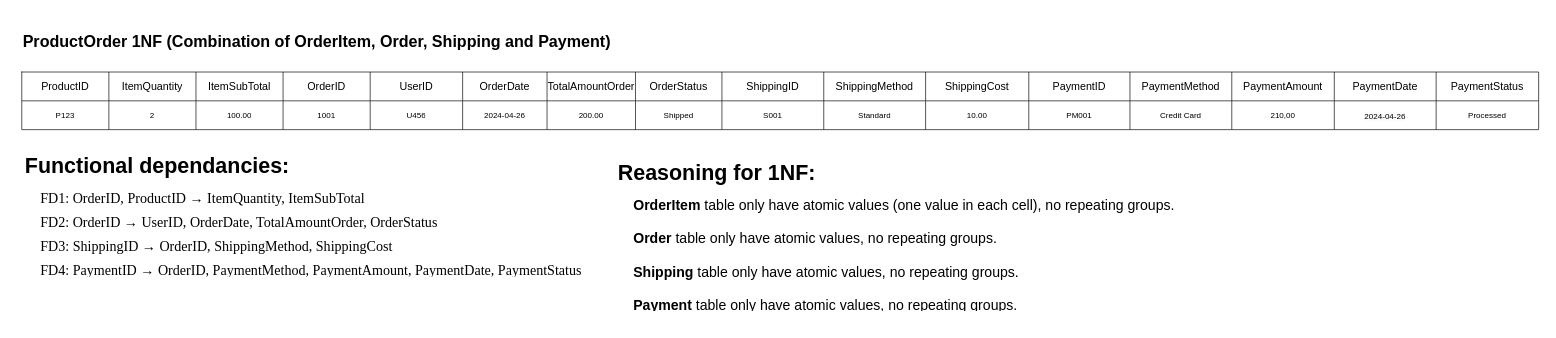
This is page "ItemOrder, Order, Payment, Shipment 1NF" (7 of 8) of database-models/ER_models.drawio from emilkle/electromart-ecom-website, a draw.io file, before an edit. Source tidied: cells renumbered, new cells numbered last; positions are measured from the earlier drawing's top-left corner, leaving out a move shared by most shapes. Both pictures are drawn from the tidied source at 67%, with x=0, y=0 at pixel (21, 11).
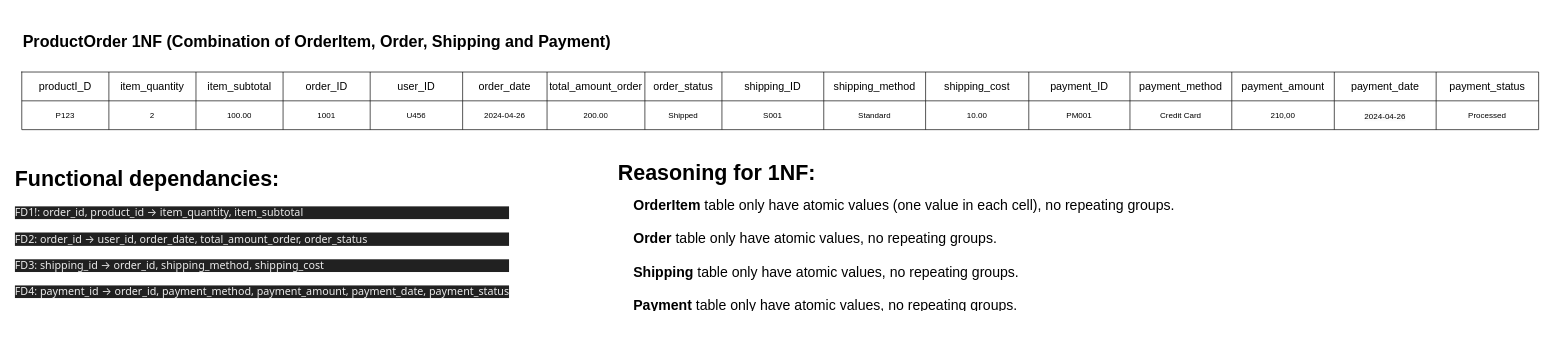
The same page after the edit.

The change refers to these unchanged cells:
```xml
<mxCell id="3" style="shape=tableRow;horizontal=0;startSize=0;swimlaneHead=0;swimlaneBody=0;top=0;left=0;bottom=0;right=0;fillColor=none;fontSize=16;" parent="2" vertex="1">
  <mxGeometry width="2264" height="43" as="geometry" />
</mxCell>
<mxCell id="20" style="shape=tableRow;horizontal=0;startSize=0;swimlaneHead=0;swimlaneBody=0;top=0;left=0;bottom=0;right=0;fillColor=none;points=[[0,0.5],[1,0.5]];portConstraint=eastwest;" parent="2" vertex="1">
  <mxGeometry y="43" width="2264" height="43" as="geometry" />
</mxCell>
```

The edit, as a diff of the source:
```diff
@@
-    <mxCell id="4" value="&lt;span style=&quot;font-size: 16px;&quot;&gt;ProductID&lt;/span&gt;" style="shape=partialRectangle;html=1;whiteSpace=wrap;fillColor=none;top=0;left=0;bottom=0;right=0;overflow=hidden;" parent="3" vertex="1">
-      <mxGeometry width="130" height="43" as="geometry" />
-    </mxCell>
-    <mxCell id="5" value="&lt;span style=&quot;font-size: 16px;&quot;&gt;ItemQuantity&lt;/span&gt;" style="shape=partialRectangle;html=1;whiteSpace=wrap;fillColor=none;top=0;left=0;bottom=0;right=0;overflow=hidden;" parent="3" vertex="1">
-      <mxGeometry x="130" width="130" height="43" as="geometry" />
-    </mxCell>
-    <mxCell id="6" value="&lt;span style=&quot;font-size: 16px;&quot;&gt;ItemSubTotal&lt;/span&gt;" style="shape=partialRectangle;html=1;whiteSpace=wrap;fillColor=none;top=0;left=0;bottom=0;right=0;overflow=hidden;" parent="3" vertex="1">
-      <mxGeometry x="260" width="130" height="43" as="geometry" />
-    </mxCell>
-    <mxCell id="7" value="&lt;font style=&quot;font-size: 16px;&quot;&gt;OrderID&lt;/font&gt;" style="shape=partialRectangle;html=1;whiteSpace=wrap;fillColor=none;top=0;left=0;bottom=0;right=0;overflow=hidden;" parent="3" vertex="1">
-      <mxGeometry x="390" width="130" height="43" as="geometry" />
-    </mxCell>
-    <mxCell id="8" value="&lt;span style=&quot;font-size: 16px;&quot;&gt;UserID&lt;/span&gt;" style="shape=partialRectangle;html=1;whiteSpace=wrap;fillColor=none;top=0;left=0;bottom=0;right=0;overflow=hidden;" parent="3" vertex="1">
-      <mxGeometry x="520" width="138" height="43" as="geometry" />
-    </mxCell>
-    <mxCell id="9" value="&lt;span style=&quot;font-size: 16px;&quot;&gt;OrderDate&lt;/span&gt;" style="shape=partialRectangle;html=1;whiteSpace=wrap;fillColor=none;top=0;left=0;bottom=0;right=0;overflow=hidden;" parent="3" vertex="1">
-      <mxGeometry x="658" width="126" height="43" as="geometry" />
-    </mxCell>
-    <mxCell id="10" value="&lt;span style=&quot;font-size: 16px;&quot;&gt;TotalAmountOrder&lt;/span&gt;" style="shape=partialRectangle;html=1;whiteSpace=wrap;fillColor=none;top=0;left=0;bottom=0;right=0;overflow=hidden;" parent="3" vertex="1">
-      <mxGeometry x="784" width="132" height="43" as="geometry" />
-    </mxCell>
-    <mxCell id="11" value="&lt;span style=&quot;font-size: 16px;&quot;&gt;OrderStatus&lt;/span&gt;" style="shape=partialRectangle;html=1;whiteSpace=wrap;fillColor=none;top=0;left=0;bottom=0;right=0;overflow=hidden;" parent="3" vertex="1">
-      <mxGeometry x="916" width="129" height="43" as="geometry" />
-    </mxCell>
-    <mxCell id="12" value="&lt;font style=&quot;font-size: 16px;&quot;&gt;ShippingID&lt;/font&gt;" style="shape=partialRectangle;html=1;whiteSpace=wrap;fillColor=none;top=0;left=0;bottom=0;right=0;overflow=hidden;" parent="3" vertex="1">
-      <mxGeometry x="1045" width="152" height="43" as="geometry" />
-    </mxCell>
-    <mxCell id="13" value="ShippingMethod" style="shape=partialRectangle;html=1;whiteSpace=wrap;fillColor=none;top=0;left=0;bottom=0;right=0;overflow=hidden;fontSize=16;" parent="3" vertex="1">
-      <mxGeometry x="1197" width="152" height="43" as="geometry" />
-    </mxCell>
-    <mxCell id="14" value="&lt;font style=&quot;font-size: 16px;&quot;&gt;ShippingCost&lt;/font&gt;" style="shape=partialRectangle;html=1;whiteSpace=wrap;fillColor=none;top=0;left=0;bottom=0;right=0;overflow=hidden;" parent="3" vertex="1">
-      <mxGeometry x="1349" width="154" height="43" as="geometry" />
-    </mxCell>
-    <mxCell id="15" value="PaymentID" style="shape=partialRectangle;html=1;whiteSpace=wrap;fillColor=none;top=0;left=0;bottom=0;right=0;overflow=hidden;fontSize=16;" parent="3" vertex="1">
-      <mxGeometry x="1503" width="151" height="43" as="geometry" />
-    </mxCell>
-    <mxCell id="16" value="PaymentMethod" style="shape=partialRectangle;html=1;whiteSpace=wrap;fillColor=none;top=0;left=0;bottom=0;right=0;overflow=hidden;fontSize=16;" parent="3" vertex="1">
-      <mxGeometry x="1654" width="152" height="43" as="geometry" />
-    </mxCell>
-    <mxCell id="17" value="PaymentAmount" style="shape=partialRectangle;html=1;whiteSpace=wrap;fillColor=none;top=0;left=0;bottom=0;right=0;overflow=hidden;fontSize=16;" parent="3" vertex="1">
-      <mxGeometry x="1806" width="153" height="43" as="geometry" />
-    </mxCell>
-    <mxCell id="18" value="PaymentDate" style="shape=partialRectangle;html=1;whiteSpace=wrap;fillColor=none;top=0;left=0;bottom=0;right=0;overflow=hidden;fontSize=16;" parent="3" vertex="1">
-      <mxGeometry x="1959" width="152" height="43" as="geometry" />
-    </mxCell>
-    <mxCell id="19" value="PaymentStatus" style="shape=partialRectangle;html=1;whiteSpace=wrap;fillColor=none;top=0;left=0;bottom=0;right=0;overflow=hidden;fontSize=16;" parent="3" vertex="1">
-      <mxGeometry x="2111" width="153" height="43" as="geometry" />
-    </mxCell>
+    <mxCell id="41" value="&lt;span style=&quot;font-size: 16px;&quot;&gt;productI_D&lt;/span&gt;" style="shape=partialRectangle;html=1;whiteSpace=wrap;fillColor=none;top=0;left=0;bottom=0;right=0;overflow=hidden;" parent="3" vertex="1">
+      <mxGeometry width="130" height="43" as="geometry" />
+    </mxCell>
+    <mxCell id="42" value="&lt;span style=&quot;font-size: 16px;&quot;&gt;item_quantity&lt;/span&gt;" style="shape=partialRectangle;html=1;whiteSpace=wrap;fillColor=none;top=0;left=0;bottom=0;right=0;overflow=hidden;" parent="3" vertex="1">
+      <mxGeometry x="130" width="130" height="43" as="geometry" />
+    </mxCell>
+    <mxCell id="43" value="&lt;span style=&quot;font-size: 16px;&quot;&gt;item_subtotal&lt;/span&gt;" style="shape=partialRectangle;html=1;whiteSpace=wrap;fillColor=none;top=0;left=0;bottom=0;right=0;overflow=hidden;" parent="3" vertex="1">
+      <mxGeometry x="260" width="130" height="43" as="geometry" />
+    </mxCell>
+    <mxCell id="44" value="&lt;font style=&quot;font-size: 16px;&quot;&gt;order_ID&lt;/font&gt;" style="shape=partialRectangle;html=1;whiteSpace=wrap;fillColor=none;top=0;left=0;bottom=0;right=0;overflow=hidden;" parent="3" vertex="1">
+      <mxGeometry x="390" width="130" height="43" as="geometry" />
+    </mxCell>
+    <mxCell id="45" value="&lt;span style=&quot;font-size: 16px;&quot;&gt;user_ID&lt;/span&gt;" style="shape=partialRectangle;html=1;whiteSpace=wrap;fillColor=none;top=0;left=0;bottom=0;right=0;overflow=hidden;" parent="3" vertex="1">
+      <mxGeometry x="520" width="138" height="43" as="geometry" />
+    </mxCell>
+    <mxCell id="46" value="&lt;span style=&quot;font-size: 16px;&quot;&gt;order_date&lt;/span&gt;" style="shape=partialRectangle;html=1;whiteSpace=wrap;fillColor=none;top=0;left=0;bottom=0;right=0;overflow=hidden;" parent="3" vertex="1">
+      <mxGeometry x="658" width="126" height="43" as="geometry" />
+    </mxCell>
+    <mxCell id="47" value="&lt;span style=&quot;font-size: 16px;&quot;&gt;total_amount_order&lt;/span&gt;" style="shape=partialRectangle;html=1;whiteSpace=wrap;fillColor=none;top=0;left=0;bottom=0;right=0;overflow=hidden;" parent="3" vertex="1">
+      <mxGeometry x="784" width="146" height="43" as="geometry" />
+    </mxCell>
+    <mxCell id="48" value="&lt;span style=&quot;font-size: 16px;&quot;&gt;order_status&lt;/span&gt;" style="shape=partialRectangle;html=1;whiteSpace=wrap;fillColor=none;top=0;left=0;bottom=0;right=0;overflow=hidden;" parent="3" vertex="1">
+      <mxGeometry x="930" width="115" height="43" as="geometry" />
+    </mxCell>
+    <mxCell id="49" value="&lt;font style=&quot;font-size: 16px;&quot;&gt;shipping_ID&lt;/font&gt;" style="shape=partialRectangle;html=1;whiteSpace=wrap;fillColor=none;top=0;left=0;bottom=0;right=0;overflow=hidden;" parent="3" vertex="1">
+      <mxGeometry x="1045" width="152" height="43" as="geometry" />
+    </mxCell>
+    <mxCell id="50" value="shipping_method" style="shape=partialRectangle;html=1;whiteSpace=wrap;fillColor=none;top=0;left=0;bottom=0;right=0;overflow=hidden;fontSize=16;" parent="3" vertex="1">
+      <mxGeometry x="1197" width="152" height="43" as="geometry" />
+    </mxCell>
+    <mxCell id="51" value="&lt;font style=&quot;font-size: 16px;&quot;&gt;shipping_cost&lt;/font&gt;" style="shape=partialRectangle;html=1;whiteSpace=wrap;fillColor=none;top=0;left=0;bottom=0;right=0;overflow=hidden;" parent="3" vertex="1">
+      <mxGeometry x="1349" width="154" height="43" as="geometry" />
+    </mxCell>
+    <mxCell id="52" value="payment_ID" style="shape=partialRectangle;html=1;whiteSpace=wrap;fillColor=none;top=0;left=0;bottom=0;right=0;overflow=hidden;fontSize=16;" parent="3" vertex="1">
+      <mxGeometry x="1503" width="151" height="43" as="geometry" />
+    </mxCell>
+    <mxCell id="53" value="payment_method" style="shape=partialRectangle;html=1;whiteSpace=wrap;fillColor=none;top=0;left=0;bottom=0;right=0;overflow=hidden;fontSize=16;" parent="3" vertex="1">
+      <mxGeometry x="1654" width="152" height="43" as="geometry" />
+    </mxCell>
+    <mxCell id="54" value="payment_amount" style="shape=partialRectangle;html=1;whiteSpace=wrap;fillColor=none;top=0;left=0;bottom=0;right=0;overflow=hidden;fontSize=16;" parent="3" vertex="1">
+      <mxGeometry x="1806" width="153" height="43" as="geometry" />
+    </mxCell>
+    <mxCell id="55" value="payment_date" style="shape=partialRectangle;html=1;whiteSpace=wrap;fillColor=none;top=0;left=0;bottom=0;right=0;overflow=hidden;fontSize=16;" parent="3" vertex="1">
+      <mxGeometry x="1959" width="152" height="43" as="geometry" />
+    </mxCell>
+    <mxCell id="56" value="payment_status" style="shape=partialRectangle;html=1;whiteSpace=wrap;fillColor=none;top=0;left=0;bottom=0;right=0;overflow=hidden;fontSize=16;" parent="3" vertex="1">
+      <mxGeometry x="2111" width="153" height="43" as="geometry" />
+    </mxCell>
@@
     <mxCell id="27" value="200.00" style="shape=partialRectangle;html=1;whiteSpace=wrap;fillColor=none;top=0;left=0;bottom=0;right=0;overflow=hidden;" parent="20" vertex="1">
-      <mxGeometry x="784" width="132" height="43" as="geometry" />
+      <mxGeometry x="784" width="146" height="43" as="geometry" />
     </mxCell>
     <mxCell id="28" value="Shipped" style="shape=partialRectangle;html=1;whiteSpace=wrap;fillColor=none;top=0;left=0;bottom=0;right=0;overflow=hidden;" parent="20" vertex="1">
-      <mxGeometry x="916" width="129" height="43" as="geometry" />
+      <mxGeometry x="930" width="115" height="43" as="geometry" />
     </mxCell>
@@
-    <mxCell id="39" value="&lt;h1&gt;Functional dependancies:&lt;/h1&gt;&lt;p class=&quot;MsoNormal&quot; style=&quot;margin: 0cm 32.55pt 0.7pt 17.8pt; line-height: 15.6933px; font-family: Calibri, sans-serif; text-align: justify; text-indent: -0.5pt; font-size: 21px;&quot;&gt;&lt;font style=&quot;font-size: 21px;&quot;&gt;&lt;span lang=&quot;EN&quot; style=&quot;line-height: 17.12px; font-family: &amp;quot;Times New Roman&amp;quot;, serif;&quot;&gt;FD1: OrderID, ProductID → ItemQuantity, ItemSubTotal&lt;/span&gt;&lt;/font&gt;&lt;/p&gt;&lt;p class=&quot;MsoNormal&quot; style=&quot;margin: 0cm 32.55pt 0.7pt 17.8pt; line-height: 15.6933px; font-family: Calibri, sans-serif; text-align: justify; text-indent: -0.5pt; font-size: 21px;&quot;&gt;&lt;font style=&quot;font-size: 21px;&quot;&gt;&lt;span lang=&quot;EN&quot; style=&quot;line-height: 17.12px; font-family: &amp;quot;Times New Roman&amp;quot;, serif;&quot;&gt;&lt;br&gt;&lt;/span&gt;&lt;/font&gt;&lt;/p&gt;&lt;p class=&quot;MsoNormal&quot; style=&quot;margin: 0cm 32.55pt 0.7pt 17.8pt; line-height: 15.6933px; font-family: Calibri, sans-serif; text-align: justify; text-indent: -0.5pt; font-size: 21px;&quot;&gt;&lt;font style=&quot;font-size: 21px;&quot;&gt;&lt;span lang=&quot;EN&quot; style=&quot;line-height: 17.12px; font-family: &amp;quot;Times New Roman&amp;quot;, serif;&quot;&gt;&lt;/span&gt;&lt;/font&gt;&lt;/p&gt;&lt;p style=&quot;margin: 0cm 32.55pt 0.7pt 17.8pt; line-height: 15.6933px; font-family: Calibri, sans-serif; text-align: justify; text-indent: -0.5pt; font-size: 21px;&quot; class=&quot;MsoNormal&quot;&gt;&lt;span style=&quot;line-height: 17.12px; font-family: &amp;quot;Times New Roman&amp;quot;, serif;&quot; lang=&quot;EN&quot;&gt;FD2: OrderID&amp;nbsp;&lt;/span&gt;&lt;span style=&quot;font-family: &amp;quot;Times New Roman&amp;quot;, serif; text-indent: -0.666667px; background-color: initial;&quot;&gt;→&lt;/span&gt;&lt;span style=&quot;font-family: &amp;quot;Times New Roman&amp;quot;, serif; text-indent: -0.666667px; background-color: initial;&quot;&gt;&amp;nbsp;UserID, OrderDate, TotalAmountOrder, OrderStatus&lt;/span&gt;&lt;/p&gt;&lt;p class=&quot;MsoNormal&quot; style=&quot;margin: 0cm 32.55pt 0.7pt 17.8pt; line-height: 15.6933px; font-family: Calibri, sans-serif; text-align: justify; text-indent: -0.5pt; font-size: 21px;&quot;&gt;&lt;span style=&quot;font-family: &amp;quot;Times New Roman&amp;quot;, serif; text-indent: -0.5pt; background-color: initial;&quot;&gt;&lt;br&gt;&lt;/span&gt;&lt;/p&gt;&lt;p class=&quot;MsoNormal&quot; style=&quot;margin: 0cm 32.55pt 0.7pt 17.8pt; line-height: 15.6933px; font-family: Calibri, sans-serif; text-align: justify; text-indent: -0.5pt; font-size: 21px;&quot;&gt;&lt;span style=&quot;font-family: &amp;quot;Times New Roman&amp;quot;, serif; text-indent: -0.5pt; background-color: initial;&quot;&gt;FD3: ShippingID&amp;nbsp;&lt;/span&gt;&lt;span style=&quot;font-family: &amp;quot;Times New Roman&amp;quot;, serif; text-indent: -0.666667px; background-color: initial;&quot;&gt;→&amp;nbsp;&lt;/span&gt;&lt;span style=&quot;font-family: &amp;quot;Times New Roman&amp;quot;, serif; text-indent: -0.666667px; background-color: initial;&quot;&gt;OrderID,&lt;/span&gt;&lt;span style=&quot;background-color: initial; font-family: &amp;quot;Times New Roman&amp;quot;, serif; text-indent: -0.666667px;&quot;&gt;&amp;nbsp;ShippingMethod, ShippingCost&lt;/span&gt;&lt;/p&gt;&lt;p class=&quot;MsoNormal&quot; style=&quot;margin: 0cm 32.55pt 0.7pt 17.8pt; line-height: 15.6933px; font-family: Calibri, sans-serif; text-align: justify; text-indent: -0.5pt; font-size: 21px;&quot;&gt;&lt;span style=&quot;font-family: &amp;quot;Times New Roman&amp;quot;, serif; text-indent: -0.5pt; background-color: initial;&quot;&gt;&lt;br&gt;&lt;/span&gt;&lt;/p&gt;&lt;p class=&quot;MsoNormal&quot; style=&quot;margin: 0cm 32.55pt 0.7pt 17.8pt; line-height: 15.6933px; font-family: Calibri, sans-serif; text-align: justify; text-indent: -0.5pt; font-size: 21px;&quot;&gt;&lt;span style=&quot;font-family: &amp;quot;Times New Roman&amp;quot;, serif; text-indent: -0.5pt; background-color: initial;&quot;&gt;FD4: PaymentID&amp;nbsp;&lt;/span&gt;&lt;span style=&quot;font-family: &amp;quot;Times New Roman&amp;quot;, serif; text-indent: -0.666667px; background-color: initial;&quot;&gt;→&amp;nbsp;&lt;/span&gt;&lt;span style=&quot;font-family: &amp;quot;Times New Roman&amp;quot;, serif; text-indent: -0.666667px; background-color: initial;&quot;&gt;OrderID,&lt;/span&gt;&lt;span style=&quot;background-color: initial; font-family: &amp;quot;Times New Roman&amp;quot;, serif; text-indent: -0.666667px;&quot;&gt;&amp;nbsp;PaymentMethod, PaymentAmount, PaymentDate, PaymentStatus&lt;/span&gt;&lt;/p&gt;" style="text;html=1;strokeColor=none;fillColor=none;spacing=5;spacingTop=-20;whiteSpace=wrap;overflow=hidden;rounded=0;labelBackgroundColor=none;fontSize=16;" parent="1" vertex="1">
-      <mxGeometry y="200" width="885" height="250" as="geometry" />
-    </mxCell>
+    <mxCell id="57" value="&lt;h1&gt;Functional dependancies:&lt;/h1&gt;&lt;p style=&quot;border: 0px solid rgb(227, 227, 227); box-sizing: border-box; --tw-border-spacing-x: 0; --tw-border-spacing-y: 0; --tw-translate-x: 0; --tw-translate-y: 0; --tw-rotate: 0; --tw-skew-x: 0; --tw-skew-y: 0; --tw-scale-x: 1; --tw-scale-y: 1; --tw-pan-x: ; --tw-pan-y: ; --tw-pinch-zoom: ; --tw-scroll-snap-strictness: proximity; --tw-gradient-from-position: ; --tw-gradient-via-position: ; --tw-gradient-to-position: ; --tw-ordinal: ; --tw-slashed-zero: ; --tw-numeric-figure: ; --tw-numeric-spacing: ; --tw-numeric-fraction: ; --tw-ring-inset: ; --tw-ring-offset-width: 0px; --tw-ring-offset-color: #fff; --tw-ring-color: rgba(69,89,164,0.5); --tw-ring-offset-shadow: 0 0 transparent; --tw-ring-shadow: 0 0 transparent; --tw-shadow: 0 0 transparent; --tw-shadow-colored: 0 0 transparent; --tw-blur: ; --tw-brightness: ; --tw-contrast: ; --tw-grayscale: ; --tw-hue-rotate: ; --tw-invert: ; --tw-saturate: ; --tw-sepia: ; --tw-drop-shadow: ; --tw-backdrop-blur: ; --tw-backdrop-brightness: ; --tw-backdrop-contrast: ; --tw-backdrop-grayscale: ; --tw-backdrop-hue-rotate: ; --tw-backdrop-invert: ; --tw-backdrop-opacity: ; --tw-backdrop-saturate: ; --tw-backdrop-sepia: ; --tw-contain-size: ; --tw-contain-layout: ; --tw-contain-paint: ; --tw-contain-style: ; margin: 1.25em 0px; color: rgb(236, 236, 236); font-family: Söhne, ui-sans-serif, system-ui, -apple-system, &amp;quot;Segoe UI&amp;quot;, Roboto, Ubuntu, Cantarell, &amp;quot;Noto Sans&amp;quot;, sans-serif, &amp;quot;Helvetica Neue&amp;quot;, Arial, &amp;quot;Apple Color Emoji&amp;quot;, &amp;quot;Segoe UI Emoji&amp;quot;, &amp;quot;Segoe UI Symbol&amp;quot;, &amp;quot;Noto Color Emoji&amp;quot;; background-color: rgb(33, 33, 33);&quot;&gt;FD1!: order_id, product_id → item_quantity, item_subtotal&lt;/p&gt;&lt;p style=&quot;border: 0px solid rgb(227, 227, 227); box-sizing: border-box; --tw-border-spacing-x: 0; --tw-border-spacing-y: 0; --tw-translate-x: 0; --tw-translate-y: 0; --tw-rotate: 0; --tw-skew-x: 0; --tw-skew-y: 0; --tw-scale-x: 1; --tw-scale-y: 1; --tw-pan-x: ; --tw-pan-y: ; --tw-pinch-zoom: ; --tw-scroll-snap-strictness: proximity; --tw-gradient-from-position: ; --tw-gradient-via-position: ; --tw-gradient-to-position: ; --tw-ordinal: ; --tw-slashed-zero: ; --tw-numeric-figure: ; --tw-numeric-spacing: ; --tw-numeric-fraction: ; --tw-ring-inset: ; --tw-ring-offset-width: 0px; --tw-ring-offset-color: #fff; --tw-ring-color: rgba(69,89,164,0.5); --tw-ring-offset-shadow: 0 0 transparent; --tw-ring-shadow: 0 0 transparent; --tw-shadow: 0 0 transparent; --tw-shadow-colored: 0 0 transparent; --tw-blur: ; --tw-brightness: ; --tw-contrast: ; --tw-grayscale: ; --tw-hue-rotate: ; --tw-invert: ; --tw-saturate: ; --tw-sepia: ; --tw-drop-shadow: ; --tw-backdrop-blur: ; --tw-backdrop-brightness: ; --tw-backdrop-contrast: ; --tw-backdrop-grayscale: ; --tw-backdrop-hue-rotate: ; --tw-backdrop-invert: ; --tw-backdrop-opacity: ; --tw-backdrop-saturate: ; --tw-backdrop-sepia: ; --tw-contain-size: ; --tw-contain-layout: ; --tw-contain-paint: ; --tw-contain-style: ; margin: 1.25em 0px; color: rgb(236, 236, 236); font-family: Söhne, ui-sans-serif, system-ui, -apple-system, &amp;quot;Segoe UI&amp;quot;, Roboto, Ubuntu, Cantarell, &amp;quot;Noto Sans&amp;quot;, sans-serif, &amp;quot;Helvetica Neue&amp;quot;, Arial, &amp;quot;Apple Color Emoji&amp;quot;, &amp;quot;Segoe UI Emoji&amp;quot;, &amp;quot;Segoe UI Symbol&amp;quot;, &amp;quot;Noto Color Emoji&amp;quot;; background-color: rgb(33, 33, 33);&quot;&gt;FD2: order_id → user_id, order_date, total_amount_order, order_status&lt;/p&gt;&lt;p style=&quot;border: 0px solid rgb(227, 227, 227); box-sizing: border-box; --tw-border-spacing-x: 0; --tw-border-spacing-y: 0; --tw-translate-x: 0; --tw-translate-y: 0; --tw-rotate: 0; --tw-skew-x: 0; --tw-skew-y: 0; --tw-scale-x: 1; --tw-scale-y: 1; --tw-pan-x: ; --tw-pan-y: ; --tw-pinch-zoom: ; --tw-scroll-snap-strictness: proximity; --tw-gradient-from-position: ; --tw-gradient-via-position: ; --tw-gradient-to-position: ; --tw-ordinal: ; --tw-slashed-zero: ; --tw-numeric-figure: ; --tw-numeric-spacing: ; --tw-numeric-fraction: ; --tw-ring-inset: ; --tw-ring-offset-width: 0px; --tw-ring-offset-color: #fff; --tw-ring-color: rgba(69,89,164,0.5); --tw-ring-offset-shadow: 0 0 transparent; --tw-ring-shadow: 0 0 transparent; --tw-shadow: 0 0 transparent; --tw-shadow-colored: 0 0 transparent; --tw-blur: ; --tw-brightness: ; --tw-contrast: ; --tw-grayscale: ; --tw-hue-rotate: ; --tw-invert: ; --tw-saturate: ; --tw-sepia: ; --tw-drop-shadow: ; --tw-backdrop-blur: ; --tw-backdrop-brightness: ; --tw-backdrop-contrast: ; --tw-backdrop-grayscale: ; --tw-backdrop-hue-rotate: ; --tw-backdrop-invert: ; --tw-backdrop-opacity: ; --tw-backdrop-saturate: ; --tw-backdrop-sepia: ; --tw-contain-size: ; --tw-contain-layout: ; --tw-contain-paint: ; --tw-contain-style: ; margin: 1.25em 0px; color: rgb(236, 236, 236); font-family: Söhne, ui-sans-serif, system-ui, -apple-system, &amp;quot;Segoe UI&amp;quot;, Roboto, Ubuntu, Cantarell, &amp;quot;Noto Sans&amp;quot;, sans-serif, &amp;quot;Helvetica Neue&amp;quot;, Arial, &amp;quot;Apple Color Emoji&amp;quot;, &amp;quot;Segoe UI Emoji&amp;quot;, &amp;quot;Segoe UI Symbol&amp;quot;, &amp;quot;Noto Color Emoji&amp;quot;; background-color: rgb(33, 33, 33);&quot;&gt;FD3: shipping_id → order_id, shipping_method, shipping_cost&lt;/p&gt;&lt;p style=&quot;border: 0px solid rgb(227, 227, 227); box-sizing: border-box; --tw-border-spacing-x: 0; --tw-border-spacing-y: 0; --tw-translate-x: 0; --tw-translate-y: 0; --tw-rotate: 0; --tw-skew-x: 0; --tw-skew-y: 0; --tw-scale-x: 1; --tw-scale-y: 1; --tw-pan-x: ; --tw-pan-y: ; --tw-pinch-zoom: ; --tw-scroll-snap-strictness: proximity; --tw-gradient-from-position: ; --tw-gradient-via-position: ; --tw-gradient-to-position: ; --tw-ordinal: ; --tw-slashed-zero: ; --tw-numeric-figure: ; --tw-numeric-spacing: ; --tw-numeric-fraction: ; --tw-ring-inset: ; --tw-ring-offset-width: 0px; --tw-ring-offset-color: #fff; --tw-ring-color: rgba(69,89,164,0.5); --tw-ring-offset-shadow: 0 0 transparent; --tw-ring-shadow: 0 0 transparent; --tw-shadow: 0 0 transparent; --tw-shadow-colored: 0 0 transparent; --tw-blur: ; --tw-brightness: ; --tw-contrast: ; --tw-grayscale: ; --tw-hue-rotate: ; --tw-invert: ; --tw-saturate: ; --tw-sepia: ; --tw-drop-shadow: ; --tw-backdrop-blur: ; --tw-backdrop-brightness: ; --tw-backdrop-contrast: ; --tw-backdrop-grayscale: ; --tw-backdrop-hue-rotate: ; --tw-backdrop-invert: ; --tw-backdrop-opacity: ; --tw-backdrop-saturate: ; --tw-backdrop-sepia: ; --tw-contain-size: ; --tw-contain-layout: ; --tw-contain-paint: ; --tw-contain-style: ; margin: 1.25em 0px 0px; color: rgb(236, 236, 236); font-family: Söhne, ui-sans-serif, system-ui, -apple-system, &amp;quot;Segoe UI&amp;quot;, Roboto, Ubuntu, Cantarell, &amp;quot;Noto Sans&amp;quot;, sans-serif, &amp;quot;Helvetica Neue&amp;quot;, Arial, &amp;quot;Apple Color Emoji&amp;quot;, &amp;quot;Segoe UI Emoji&amp;quot;, &amp;quot;Segoe UI Symbol&amp;quot;, &amp;quot;Noto Color Emoji&amp;quot;; background-color: rgb(33, 33, 33);&quot;&gt;FD4: payment_id → order_id, payment_method, payment_amount, payment_date, payment_status&lt;/p&gt;" style="text;html=1;strokeColor=none;fillColor=none;spacing=5;spacingTop=-20;whiteSpace=wrap;overflow=hidden;rounded=0;labelBackgroundColor=none;fontSize=16;" parent="1" vertex="1">
+      <mxGeometry x="-15" y="220" width="885" height="250" as="geometry" />
+    </mxCell>
```
